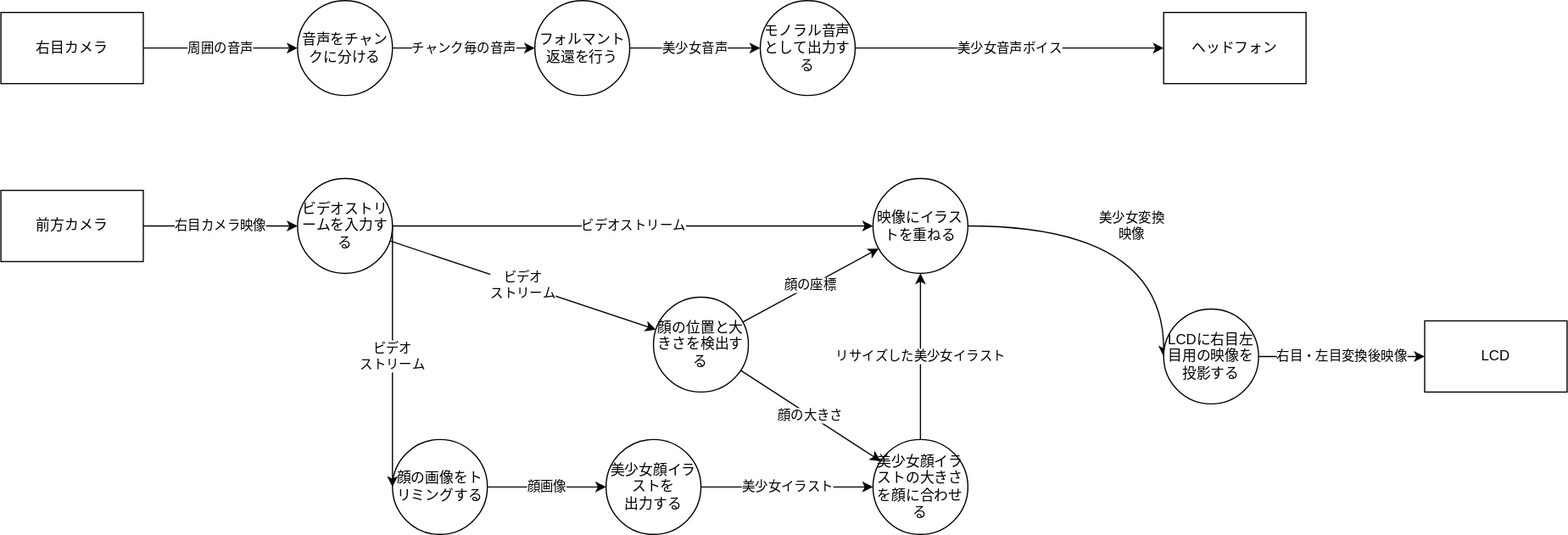
gakutosasabe/HearExpansion keeps this draw.io diagram as 人類ギャルゲー化計画/images/dfd0.drawio.svg. Above is the earlier version. Source tidied: cells renumbered, new cells last; positions are measured from the earlier drawing's top-left corner, leaving out a move shared by most shapes.
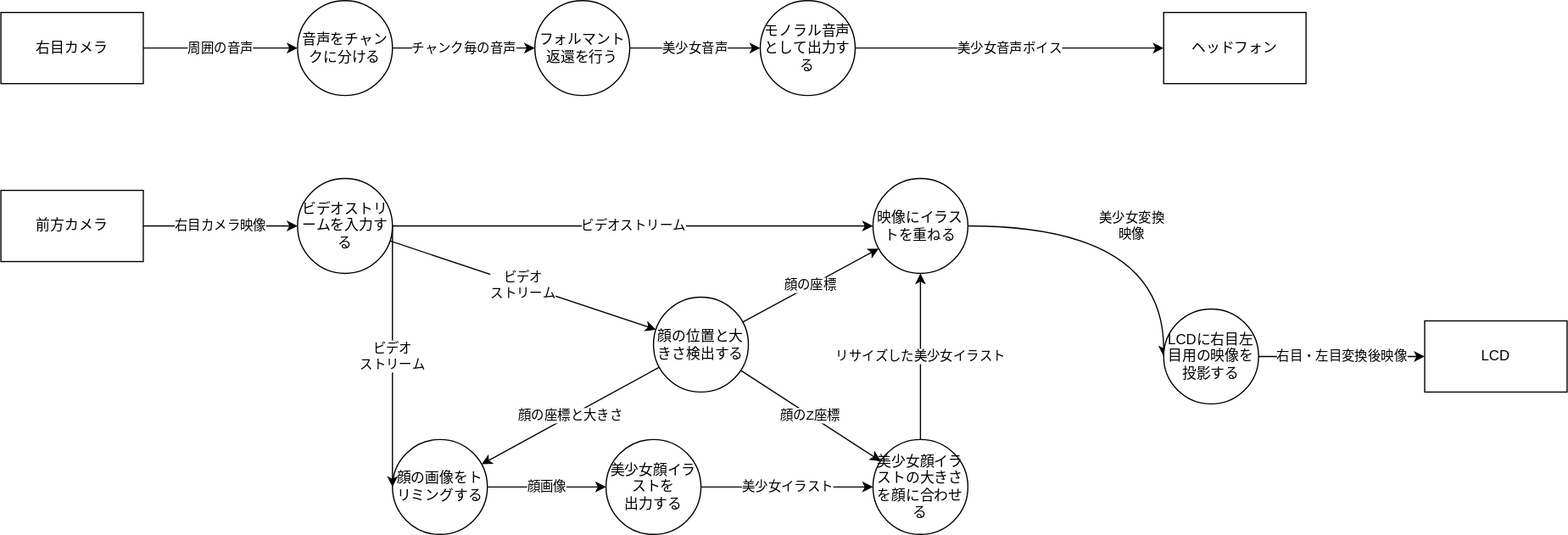
Above is the later version.

Commit message:
DFD0を修正，関数の枠だけ作った

Change to the diagram source:
```diff
@@ -27,10 +27,13 @@
     <mxCell id="8" value="顔の座標" style="edgeStyle=none;html=1;" parent="1" edge="1" source="10" target="16">
       <mxGeometry relative="1" as="geometry" />
     </mxCell>
-    <mxCell id="9" value="顔の大きさ" style="edgeStyle=none;html=1;" parent="1" edge="1" source="10" target="30">
+    <mxCell id="9" value="顔のZ座標" style="edgeStyle=none;html=1;" parent="1" edge="1" source="10" target="30">
       <mxGeometry relative="1" as="geometry" />
     </mxCell>
+    <mxCell id="31" value="顔の座標と大きさ" style="edgeStyle=none;html=1;" parent="1" edge="1" source="10" target="12">
+      <mxGeometry relative="1" as="geometry" />
+    </mxCell>
-    <mxCell id="10" value="顔の位置と大きさを検出する" style="ellipse;whiteSpace=wrap;html=1;" parent="1" vertex="1">
+    <mxCell id="10" value="顔の位置と大きさ検出する" style="ellipse;whiteSpace=wrap;html=1;" parent="1" vertex="1">
       <mxGeometry x="550" y="250" width="80" height="80" as="geometry" />
     </mxCell>
     <mxCell id="11" value="顔画像" style="edgeStyle=none;html=1;entryX=0;entryY=0.5;entryDx=0;entryDy=0;" parent="1" edge="1" source="12" target="15">
```
